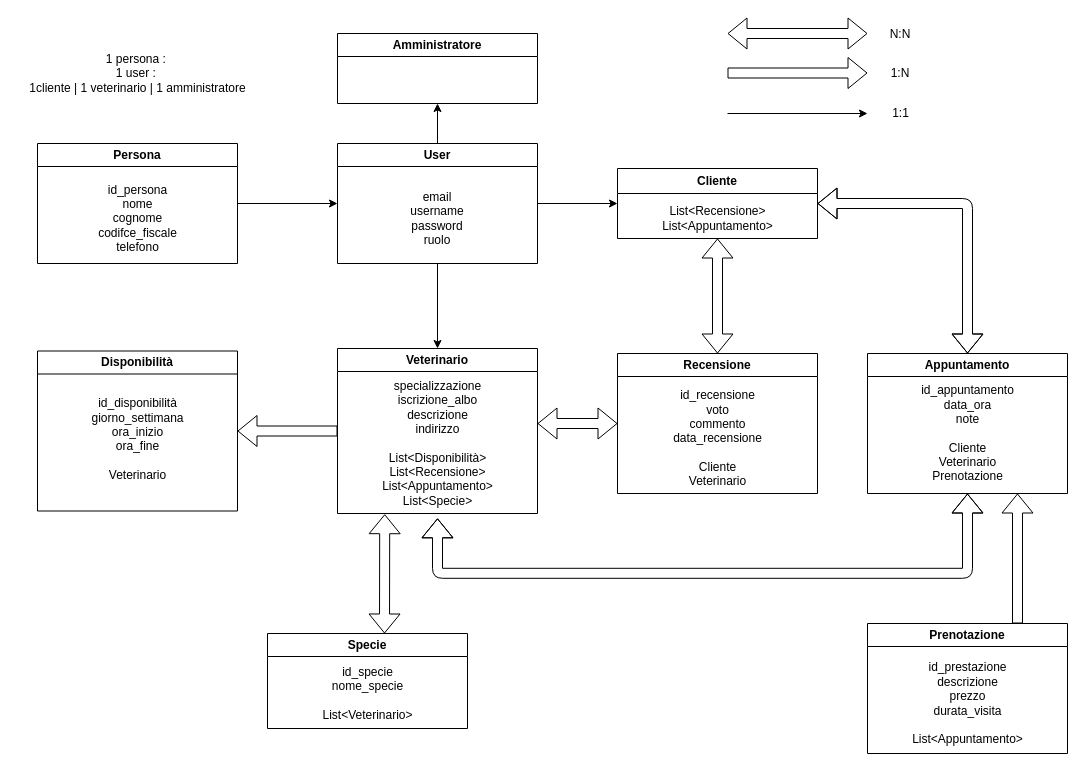
Above: models.drawio in Tidal-Group/PawPal (draw.io), before the change. Source tidied: cells renumbered, new cells numbered last; positions are measured from the earlier drawing's top-left corner, leaving out a move shared by most shapes. Both pictures are drawn from the tidied source at 100%, with x=0, y=0 at pixel (17, 19).
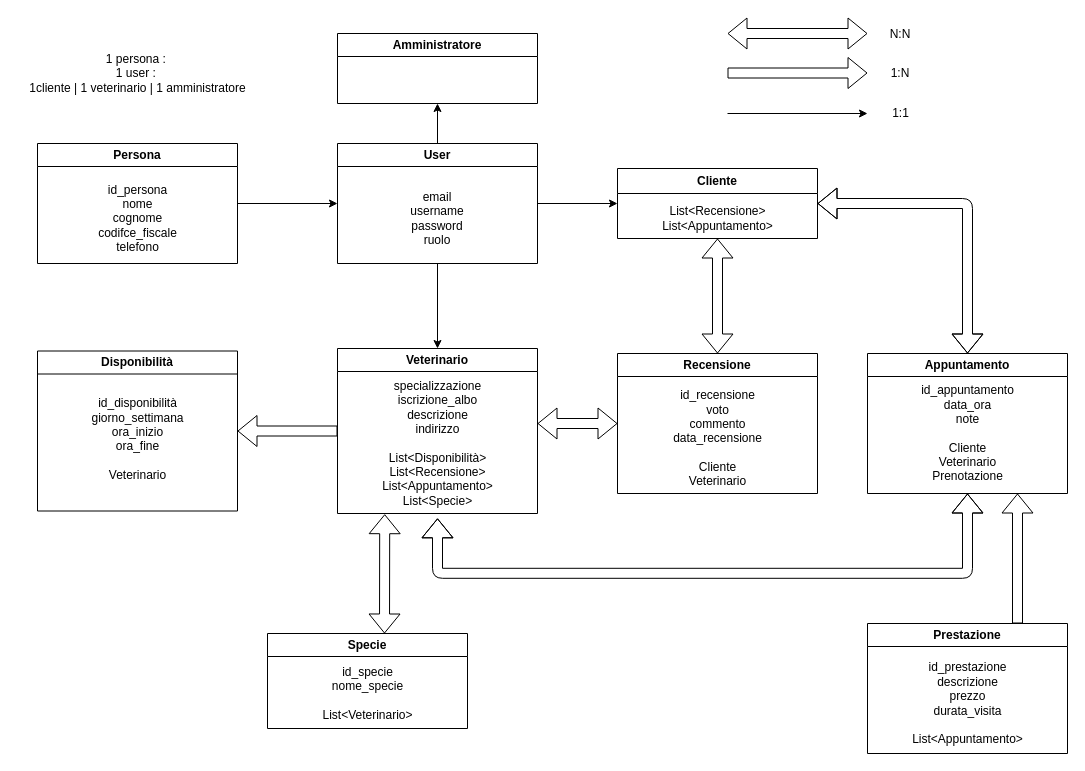
After the change.

Commit message (it also covers changes not shown here):
modifiche al project plan e a models.drawio

The edit, as a diff of the source:
```diff
@@
-    <mxCell id="26" value="Prenotazione" style="swimlane;whiteSpace=wrap;html=1;" parent="1" vertex="1">
+    <mxCell id="26" value="Prestazione" style="swimlane;whiteSpace=wrap;html=1;" parent="1" vertex="1">
       <mxGeometry x="850" y="604" width="200" height="130" as="geometry" />
     </mxCell>
```
